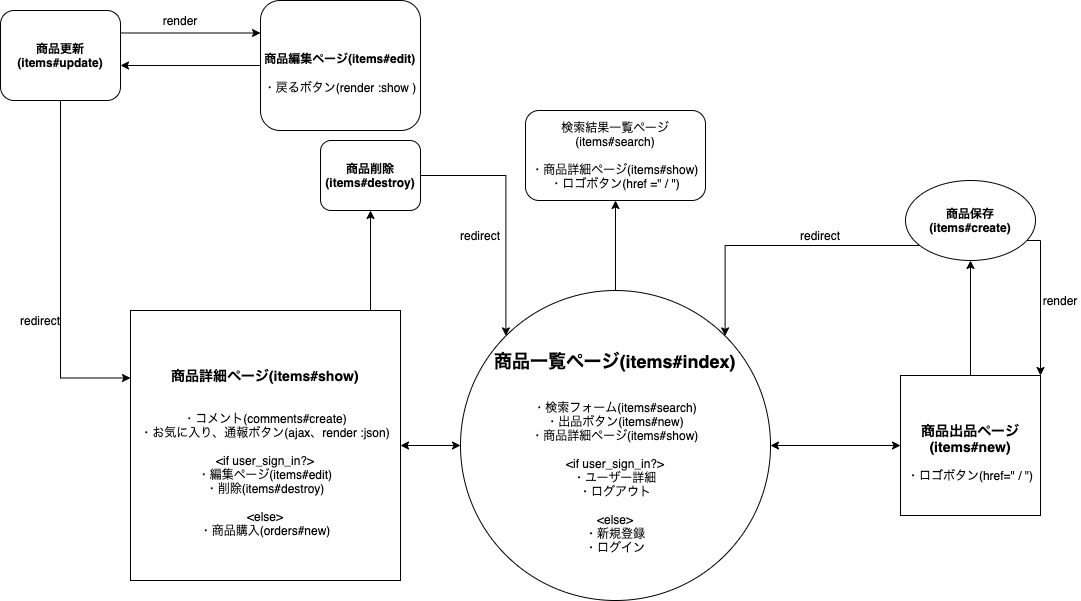
Above: furima-29676 遷移図.png in yuma-matsui/furima-29676 (draw.io), before the change. Source tidied: cells renumbered, new cells last; positions are measured from the earlier drawing's top-left corner, leaving out a move shared by most shapes.
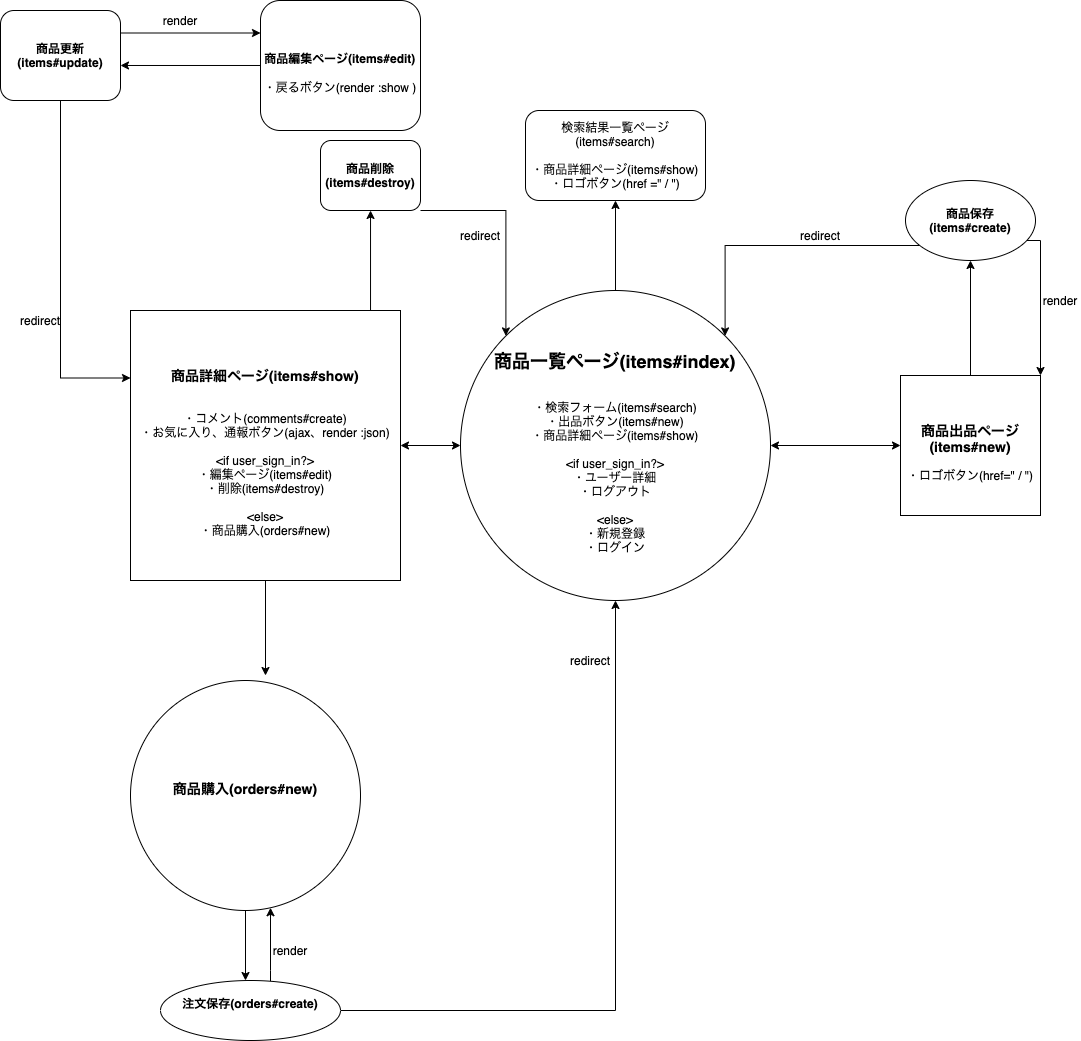
After the commit.

Change to the diagram source:
```diff
@@ -45,6 +45,11 @@
     <mxCell id="13" style="edgeStyle=orthogonalEdgeStyle;rounded=0;jettySize=auto;html=1;startArrow=classic;startFill=1;endArrow=classic;endFill=1;" parent="1" edge="1" source="14" target="2">
       <mxGeometry relative="1" as="geometry" />
     </mxCell>
+    <mxCell id="27" style="edgeStyle=orthogonalEdgeStyle;rounded=0;jettySize=auto;html=1;startArrow=none;startFill=0;endArrow=classic;endFill=1;" parent="1" edge="1" source="14">
+      <mxGeometry relative="1" as="geometry">
+        <mxPoint x="265" y="675" as="targetPoint" />
+      </mxGeometry>
+    </mxCell>
     <mxCell id="14" value="&lt;h3&gt;商品詳細ページ(items#show)&lt;/h3&gt;&lt;div&gt;&lt;br&gt;&lt;/div&gt;&lt;div&gt;・コメント(comments#create)&lt;/div&gt;&lt;div&gt;・お気に入り、通報ボタン(ajax、render :json)&lt;/div&gt;&lt;div&gt;&lt;br&gt;&lt;/div&gt;&lt;div&gt;&amp;lt;if user_sign_in?&amp;gt;&lt;/div&gt;&lt;div&gt;・編集ページ(items#edit)&lt;/div&gt;&lt;div&gt;・削除(items#destroy)&lt;/div&gt;&lt;div&gt;&lt;br&gt;&lt;/div&gt;&lt;div&gt;&amp;lt;else&amp;gt;&lt;/div&gt;&lt;div&gt;・商品購入(orders#new)&lt;/div&gt;" style="whiteSpace=wrap;html=1;" parent="1" vertex="1">
       <mxGeometry x="130" y="310" width="270" height="270" as="geometry" />
     </mxCell>
@@ -60,7 +65,7 @@
     <mxCell id="18" style="edgeStyle=orthogonalEdgeStyle;rounded=0;jettySize=auto;html=1;entryX=0;entryY=0;entryDx=0;entryDy=0;startArrow=none;startFill=0;endArrow=classic;endFill=1;" parent="1" edge="1" source="19" target="2">
       <mxGeometry relative="1" as="geometry">
         <Array as="points">
-          <mxPoint x="505" y="175" />
+          <mxPoint x="505" y="210" />
         </Array>
       </mxGeometry>
     </mxCell>
@@ -88,5 +93,36 @@
     <mxCell id="26" value="redirect" style="text;html=1;strokeColor=none;fillColor=none;align=center;verticalAlign=middle;whiteSpace=wrap;rounded=0;" parent="1" vertex="1">
       <mxGeometry x="460" y="225" width="40" height="20" as="geometry" />
     </mxCell>
+    <mxCell id="28" style="edgeStyle=orthogonalEdgeStyle;rounded=0;jettySize=auto;html=1;startArrow=none;startFill=0;endArrow=classic;endFill=1;exitX=1;exitY=0.5;exitDx=0;exitDy=0;" parent="1" edge="1" source="33" target="2">
+      <mxGeometry relative="1" as="geometry" />
+    </mxCell>
+    <mxCell id="29" style="edgeStyle=orthogonalEdgeStyle;rounded=0;jettySize=auto;html=1;startArrow=none;startFill=0;endArrow=classic;endFill=1;" parent="1" edge="1" source="30">
+      <mxGeometry relative="1" as="geometry">
+        <mxPoint x="245" y="980" as="targetPoint" />
+      </mxGeometry>
+    </mxCell>
+    <mxCell id="30" value="&lt;h3&gt;商品購入(orders#new)&lt;/h3&gt;&lt;div&gt;&lt;br&gt;&lt;/div&gt;" style="ellipse;whiteSpace=wrap;html=1;" parent="1" vertex="1">
+      <mxGeometry x="130" y="680" width="230" height="230" as="geometry" />
+    </mxCell>
+    <mxCell id="31" value="redirect" style="text;html=1;strokeColor=none;fillColor=none;align=center;verticalAlign=middle;whiteSpace=wrap;rounded=0;" parent="1" vertex="1">
+      <mxGeometry x="570" y="650" width="40" height="20" as="geometry" />
+    </mxCell>
+    <mxCell id="32" style="edgeStyle=orthogonalEdgeStyle;rounded=0;jettySize=auto;html=1;startArrow=none;startFill=0;endArrow=classic;endFill=1;" parent="1" edge="1" source="33" target="30">
+      <mxGeometry relative="1" as="geometry">
+        <Array as="points">
+          <mxPoint x="270" y="970" />
+          <mxPoint x="270" y="970" />
+        </Array>
+      </mxGeometry>
+    </mxCell>
+    <mxCell id="33" value="&lt;h4&gt;注文保存(orders#create)&lt;/h4&gt;&lt;div&gt;&lt;br&gt;&lt;/div&gt;" style="ellipse;whiteSpace=wrap;html=1;" parent="1" vertex="1">
+      <mxGeometry x="160" y="980" width="180" height="60" as="geometry" />
+    </mxCell>
+    <mxCell id="34" value="render" style="text;html=1;strokeColor=none;fillColor=none;align=center;verticalAlign=middle;whiteSpace=wrap;rounded=0;" parent="1" vertex="1">
+      <mxGeometry x="270" y="940" width="40" height="20" as="geometry" />
+    </mxCell>
+    <mxCell id="35" style="edgeStyle=orthogonalEdgeStyle;rounded=0;orthogonalLoop=1;jettySize=auto;html=1;exitX=0.5;exitY=1;exitDx=0;exitDy=0;startArrow=none;startFill=0;endArrow=classic;endFill=1;" parent="1" edge="1" source="30" target="30">
+      <mxGeometry relative="1" as="geometry" />
+    </mxCell>
   </root>
 </mxGraphModel>
```
